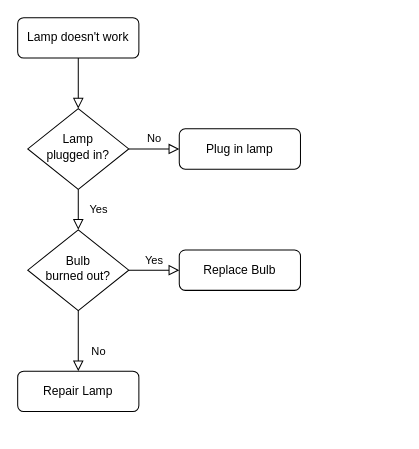
This is DEMO.drawio from duduodudu/Demo1, a draw.io file, before an edit. Source tidied: cells renumbered, new cells numbered last; positions are measured from the earlier drawing's top-left corner, leaving out a move shared by most shapes. Both pictures are drawn from the tidied source at 101%, with x=0, y=0 at pixel (17, 17).
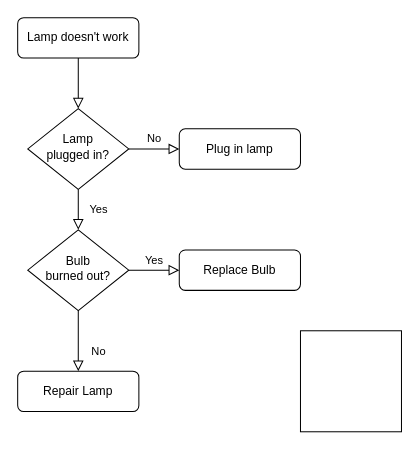
The same diagram, later.

What changed in the source:
```diff
@@
 <mxGraphModel>
   <root>
     <mxCell id="0" />
     <mxCell id="1" parent="0" />
     <mxCell id="2" style="rounded=0;html=1;jettySize=auto;fontSize=11;endArrow=block;endFill=0;endSize=8;strokeWidth=1;shadow=0;labelBackgroundColor=none;edgeStyle=orthogonalEdgeStyle;" parent="1" edge="1" source="3" target="6">
       <mxGeometry relative="1" as="geometry" />
     </mxCell>
     <mxCell id="3" value="Lamp doesn't work" style="rounded=1;whiteSpace=wrap;html=1;fontSize=12;glass=0;strokeWidth=1;shadow=0;" parent="1" vertex="1">
       <mxGeometry width="120" height="40" as="geometry" />
     </mxCell>
     <mxCell id="4" value="Yes" style="rounded=0;html=1;jettySize=auto;fontSize=11;endArrow=block;endFill=0;endSize=8;strokeWidth=1;shadow=0;labelBackgroundColor=none;edgeStyle=orthogonalEdgeStyle;" parent="1" edge="1" source="6" target="10">
       <mxGeometry y="20" relative="1" as="geometry" />
     </mxCell>
     <mxCell id="5" value="No" style="edgeStyle=orthogonalEdgeStyle;rounded=0;html=1;jettySize=auto;fontSize=11;endArrow=block;endFill=0;endSize=8;strokeWidth=1;shadow=0;labelBackgroundColor=none;" parent="1" edge="1" source="6" target="7">
       <mxGeometry y="10" relative="1" as="geometry" />
     </mxCell>
     <mxCell id="6" value="Lamp&lt;br&gt;plugged in?" style="rhombus;whiteSpace=wrap;html=1;shadow=0;fontFamily=Helvetica;fontSize=12;align=center;strokeWidth=1;spacing=6;spacingTop=-4;" parent="1" vertex="1">
       <mxGeometry x="10" y="90" width="100" height="80" as="geometry" />
     </mxCell>
     <mxCell id="7" value="Plug in lamp" style="rounded=1;whiteSpace=wrap;html=1;fontSize=12;glass=0;strokeWidth=1;shadow=0;" parent="1" vertex="1">
       <mxGeometry x="160" y="110" width="120" height="40" as="geometry" />
     </mxCell>
     <mxCell id="8" value="No" style="rounded=0;html=1;jettySize=auto;fontSize=11;endArrow=block;endFill=0;endSize=8;strokeWidth=1;shadow=0;labelBackgroundColor=none;edgeStyle=orthogonalEdgeStyle;" parent="1" edge="1" source="10" target="11">
       <mxGeometry x="0.33" y="20" relative="1" as="geometry" />
     </mxCell>
     <mxCell id="9" value="Yes" style="edgeStyle=orthogonalEdgeStyle;rounded=0;html=1;jettySize=auto;fontSize=11;endArrow=block;endFill=0;endSize=8;strokeWidth=1;shadow=0;labelBackgroundColor=none;" parent="1" edge="1" source="10" target="12">
       <mxGeometry y="10" relative="1" as="geometry" />
     </mxCell>
     <mxCell id="10" value="Bulb&lt;br&gt;burned out?" style="rhombus;whiteSpace=wrap;html=1;shadow=0;fontFamily=Helvetica;fontSize=12;align=center;strokeWidth=1;spacing=6;spacingTop=-4;" parent="1" vertex="1">
       <mxGeometry x="10" y="210" width="100" height="80" as="geometry" />
     </mxCell>
     <mxCell id="11" value="Repair Lamp" style="rounded=1;whiteSpace=wrap;html=1;fontSize=12;glass=0;strokeWidth=1;shadow=0;" parent="1" vertex="1">
       <mxGeometry y="350" width="120" height="40" as="geometry" />
     </mxCell>
     <mxCell id="12" value="Replace Bulb" style="rounded=1;whiteSpace=wrap;html=1;fontSize=12;glass=0;strokeWidth=1;shadow=0;" parent="1" vertex="1">
       <mxGeometry x="160" y="230" width="120" height="40" as="geometry" />
     </mxCell>
+    <mxCell id="13" style="whiteSpace=wrap;html=1;" parent="1" vertex="1">
+      <mxGeometry x="280" y="310" width="100" height="100" as="geometry" />
+    </mxCell>
   </root>
 </mxGraphModel>
```
